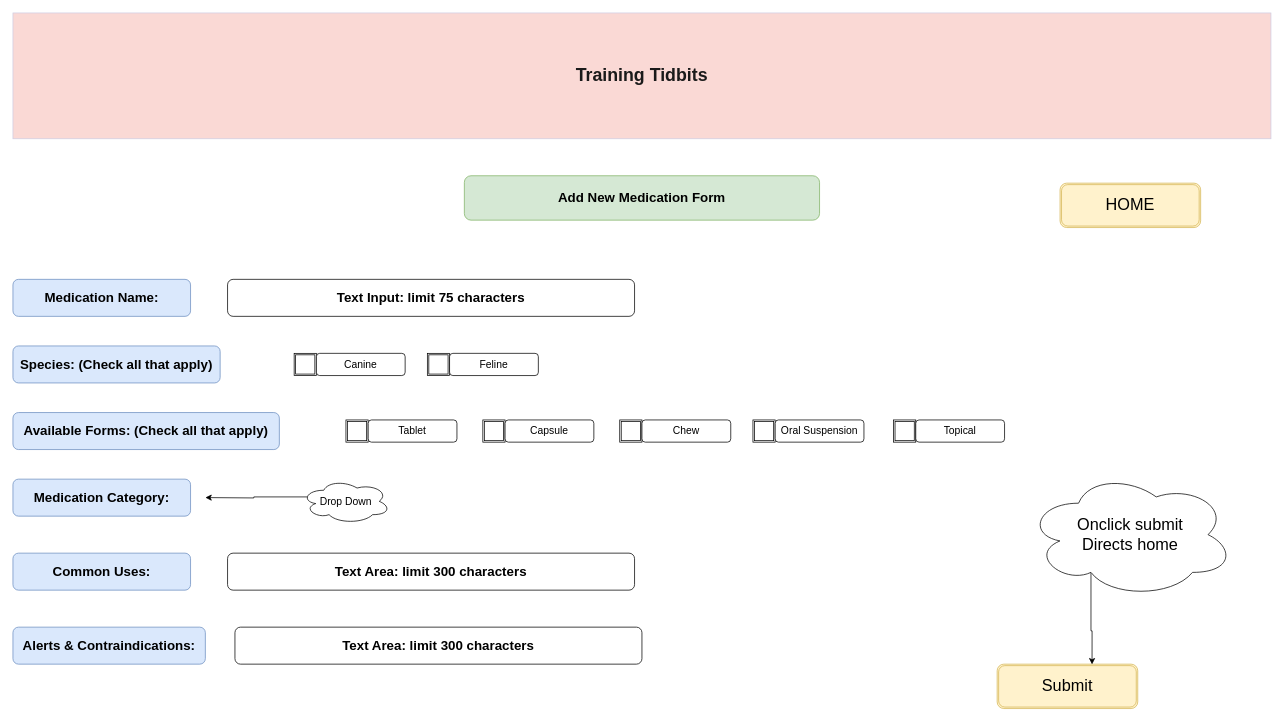
This is project/New drug form.drawio from choleaxel/Project-diagram-na, a draw.io file, before an edit. Source tidied: cells renumbered, new cells numbered last; positions are measured from the earlier drawing's top-left corner, leaving out a move shared by most shapes. Both pictures are drawn from the tidied source at 74%, with x=0, y=0 at pixel (13, 13).
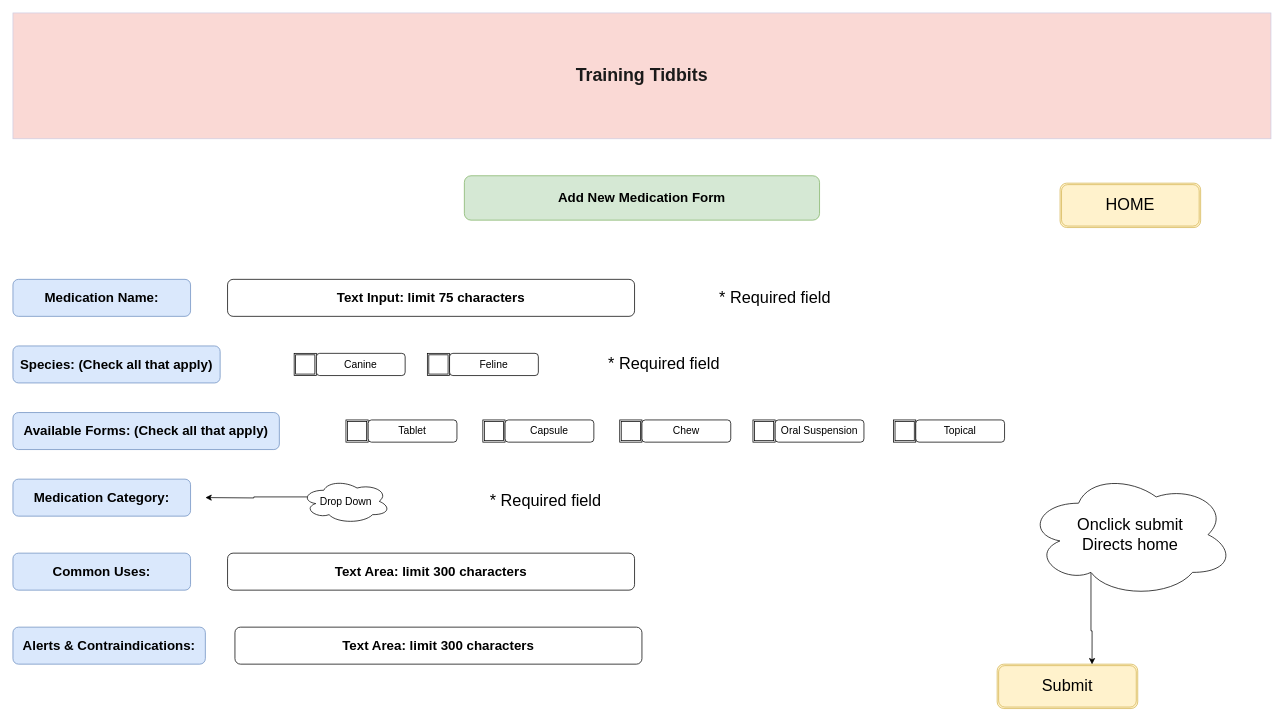
The same diagram, later.

The edit, as a diff of the source:
```diff
@@
+    <mxCell id="33" value="* Required field" style="text;html=1;strokeColor=none;fillColor=none;align=center;verticalAlign=middle;whiteSpace=wrap;rounded=0;fontSize=22;" parent="1" vertex="1">
+      <mxGeometry x="920" y="370" width="220" height="30" as="geometry" />
+    </mxCell>
+    <mxCell id="34" value="* Required field" style="text;html=1;strokeColor=none;fillColor=none;align=center;verticalAlign=middle;whiteSpace=wrap;rounded=0;fontSize=22;" parent="1" vertex="1">
+      <mxGeometry x="610" y="645" width="220" height="30" as="geometry" />
+    </mxCell>
+    <mxCell id="35" value="* Required field" style="text;html=1;strokeColor=none;fillColor=none;align=center;verticalAlign=middle;whiteSpace=wrap;rounded=0;fontSize=22;" parent="1" vertex="1">
+      <mxGeometry x="770" y="460" width="220" height="30" as="geometry" />
+    </mxCell>
```
